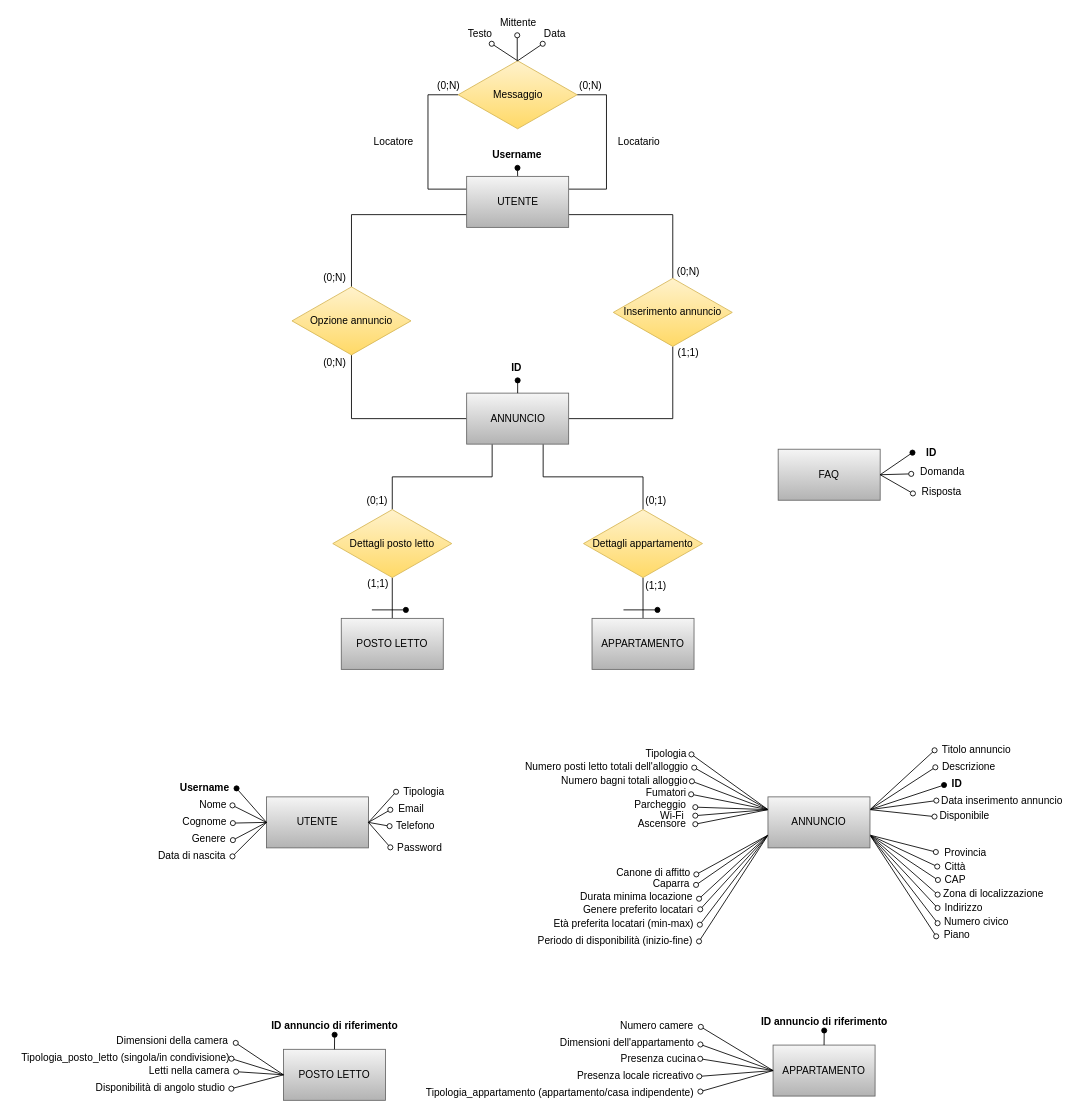
The draw.io diagram Database/Schema_ER_database.drawio in fd-col/RentAdvisor, before the edit. Source tidied: cells renumbered, new cells numbered last; positions are measured from the earlier drawing's top-left corner, leaving out a move shared by most shapes. Both pictures are drawn from the tidied source at 85%, with x=0, y=0 at pixel (14, 14).
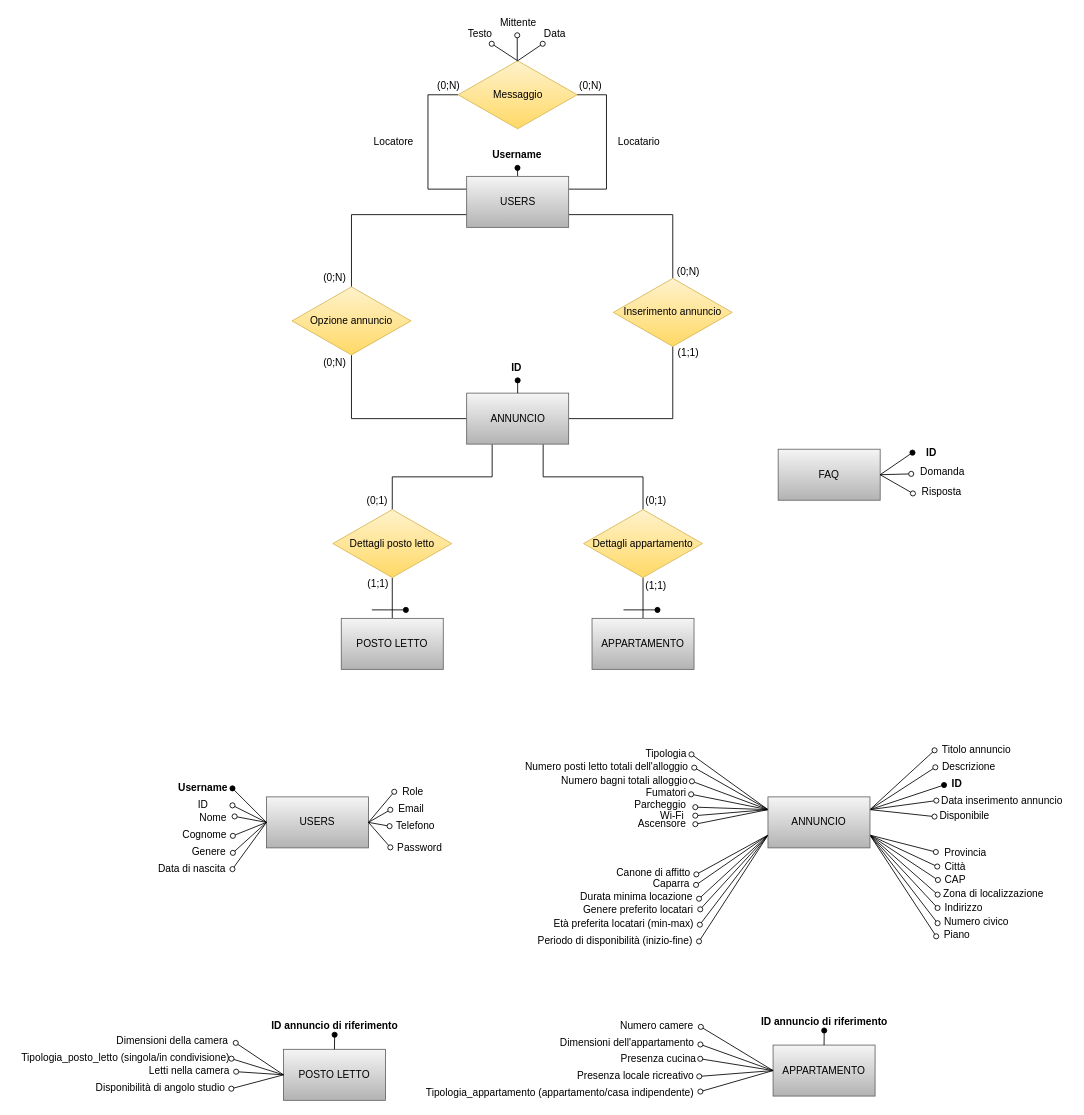
Above is the later version.

What changed in the source:
```diff
@@
-    <mxCell id="20" value="UTENTE" style="rounded=0;whiteSpace=wrap;html=1;fillColor=#f5f5f5;gradientColor=#b3b3b3;strokeColor=#666666;" parent="1" vertex="1">
+    <mxCell id="20" value="USERS" style="rounded=0;whiteSpace=wrap;html=1;fillColor=#f5f5f5;gradientColor=#b3b3b3;strokeColor=#666666;" parent="1" vertex="1">
       <mxGeometry x="296" y="920" width="120" height="60" as="geometry" />
     </mxCell>
     <mxCell id="21" value="Username" style="text;html=1;align=center;verticalAlign=middle;points=[];strokeColor=none;fillColor=none;fontStyle=1;" parent="1" vertex="1">
-      <mxGeometry x="188" y="900" width="70" height="20" as="geometry" />
+      <mxGeometry x="185.5" y="900" width="70" height="20" as="geometry" />
     </mxCell>
     <mxCell id="22" value="Nome" style="text;html=1;align=center;verticalAlign=middle;points=[];strokeColor=none;fillColor=none;" parent="1" vertex="1">
-      <mxGeometry x="208" y="920" width="50" height="20" as="geometry" />
+      <mxGeometry x="208" y="935" width="50" height="20" as="geometry" />
     </mxCell>
     <mxCell id="23" value="Cognome" style="text;html=1;align=center;verticalAlign=middle;points=[];strokeColor=none;fillColor=none;" parent="1" vertex="1">
-      <mxGeometry x="188" y="940" width="70" height="20" as="geometry" />
+      <mxGeometry x="188" y="955" width="70" height="20" as="geometry" />
     </mxCell>
     <mxCell id="24" value="Data di nascita" style="text;html=1;align=center;verticalAlign=middle;points=[];strokeColor=none;fillColor=none;" parent="1" vertex="1">
-      <mxGeometry x="158" y="980" width="100" height="20" as="geometry" />
+      <mxGeometry x="158" y="995" width="100" height="20" as="geometry" />
     </mxCell>
     <mxCell id="25" value="Genere" style="text;html=1;align=center;verticalAlign=middle;points=[];strokeColor=none;fillColor=none;" parent="1" vertex="1">
-      <mxGeometry x="198" y="960" width="60" height="20" as="geometry" />
+      <mxGeometry x="198" y="975" width="60" height="20" as="geometry" />
     </mxCell>
@@
-    <mxCell id="64" style="endArrow=oval;html=1;rounded=0;exitX=0;exitY=0.5;exitDx=0;exitDy=0;endFill=0;" parent="1" edge="1" source="20">
-      <mxGeometry relative="1" as="geometry">
-        <mxPoint x="256" y="930" as="targetPoint" />
-      </mxGeometry>
+    <mxCell id="64" style="endArrow=oval;html=1;rounded=0;exitX=0;exitY=0.5;exitDx=0;exitDy=0;endFill=0;entryX=1.01;entryY=0.4;entryDx=0;entryDy=0;entryPerimeter=0;" parent="1" edge="1" source="20" target="22">
+      <mxGeometry relative="1" as="geometry" />
     </mxCell>
@@
-    <mxCell id="70" style="endArrow=oval;html=1;rounded=0;exitX=0;exitY=0.5;exitDx=0;exitDy=0;endFill=1;entryX=1.04;entryY=0.5;entryDx=0;entryDy=0;entryPerimeter=0;" parent="1" edge="1" source="20" target="21">
-      <mxGeometry relative="1" as="geometry" />
+    <mxCell id="70" style="endArrow=oval;html=1;rounded=0;exitX=0;exitY=0.5;exitDx=0;exitDy=0;endFill=1;" parent="1" edge="1" source="20">
+      <mxGeometry relative="1" as="geometry">
+        <mxPoint x="256" y="910" as="targetPoint" />
+      </mxGeometry>
     </mxCell>
@@
-    <mxCell id="122" value="UTENTE" style="rounded=0;whiteSpace=wrap;html=1;fillColor=#f5f5f5;gradientColor=#b3b3b3;strokeColor=#666666;" parent="1" vertex="1">
+    <mxCell id="122" value="USERS" style="rounded=0;whiteSpace=wrap;html=1;fillColor=#f5f5f5;gradientColor=#b3b3b3;strokeColor=#666666;" parent="1" vertex="1">
       <mxGeometry x="531.5" y="190" width="120" height="60" as="geometry" />
     </mxCell>
@@
-    <mxCell id="125" value="Tipologia" style="text;html=1;align=center;verticalAlign=middle;points=[];strokeColor=none;fillColor=none;" parent="1" vertex="1">
-      <mxGeometry x="451" y="904" width="60" height="20" as="geometry" />
+    <mxCell id="125" value="Role" style="text;html=1;align=center;verticalAlign=middle;points=[];strokeColor=none;fillColor=none;" parent="1" vertex="1">
+      <mxGeometry x="448" y="904" width="40" height="20" as="geometry" />
     </mxCell>
@@
+    <mxCell id="146" style="endArrow=oval;html=1;rounded=0;exitX=0;exitY=0.5;exitDx=0;exitDy=0;endFill=0;" parent="1" edge="1" source="20">
+      <mxGeometry relative="1" as="geometry">
+        <mxPoint x="256" y="930" as="targetPoint" />
+      </mxGeometry>
+    </mxCell>
+    <mxCell id="147" value="ID" style="text;html=1;align=center;verticalAlign=middle;strokeColor=none;fillColor=none;" parent="1" vertex="1">
+      <mxGeometry x="205.5" y="919.1" width="30" height="20" as="geometry" />
+    </mxCell>
```
